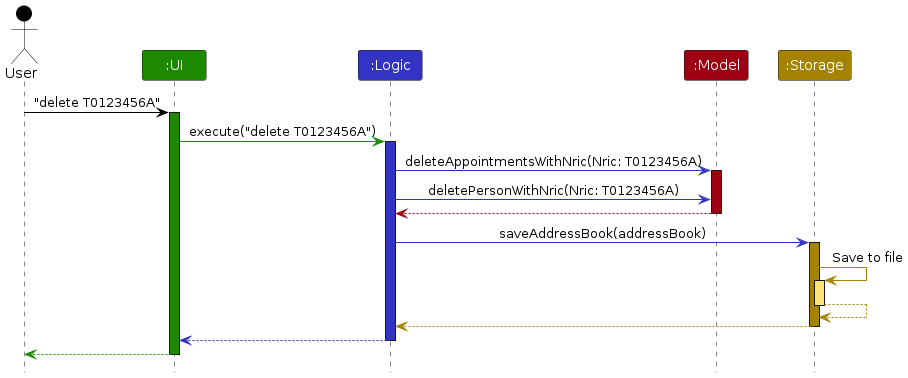
This is diagrams/ArchitectureSequenceDiagram.png from xuelinglow/tp, a PlantUML export, as it was before one commit. Its source is kept beside it as diagrams/ArchitectureSequenceDiagram.puml. Its diagram source:
```plantuml
@startuml
!include style.puml
skinparam ArrowFontStyle plain

Actor User as user USER_COLOR
Participant ":UI" as ui UI_COLOR
Participant ":Logic" as logic LOGIC_COLOR
Participant ":Model" as model MODEL_COLOR
Participant ":Storage" as storage STORAGE_COLOR

user -[USER_COLOR]> ui : "delete T0123456A"
activate ui UI_COLOR

ui -[UI_COLOR]> logic : execute("delete T0123456A")
activate logic LOGIC_COLOR

logic -[LOGIC_COLOR]> model : deleteAppointmentsWithNric(Nric: T0123456A)
activate model MODEL_COLOR

logic -[LOGIC_COLOR]> model : deletePersonWithNric(Nric: T0123456A)

model -[MODEL_COLOR]-> logic
deactivate model

logic -[LOGIC_COLOR]> storage : saveAddressBook(addressBook)
activate storage STORAGE_COLOR

storage -[STORAGE_COLOR]> storage : Save to file
activate storage STORAGE_COLOR_T1
storage --[STORAGE_COLOR]> storage
deactivate storage

storage --[STORAGE_COLOR]> logic
deactivate storage

logic --[LOGIC_COLOR]> ui
deactivate logic

ui--[UI_COLOR]> user
deactivate ui
@enduml
```
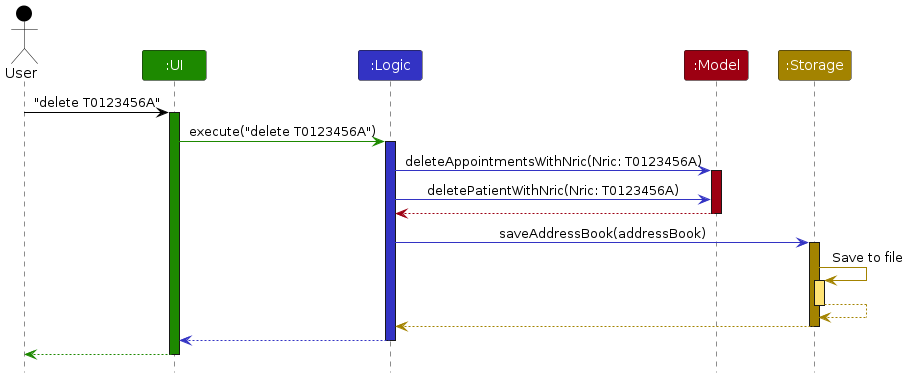
Later version of the same file.

Diff of the diagram source:
```diff
@@ -17,7 +17,7 @@
 logic -[LOGIC_COLOR]> model : deleteAppointmentsWithNric(Nric: T0123456A)
 activate model MODEL_COLOR
 
-logic -[LOGIC_COLOR]> model : deletePersonWithNric(Nric: T0123456A)
+logic -[LOGIC_COLOR]> model : deletePatientWithNric(Nric: T0123456A)
 
 model -[MODEL_COLOR]-> logic
 deactivate model
```
